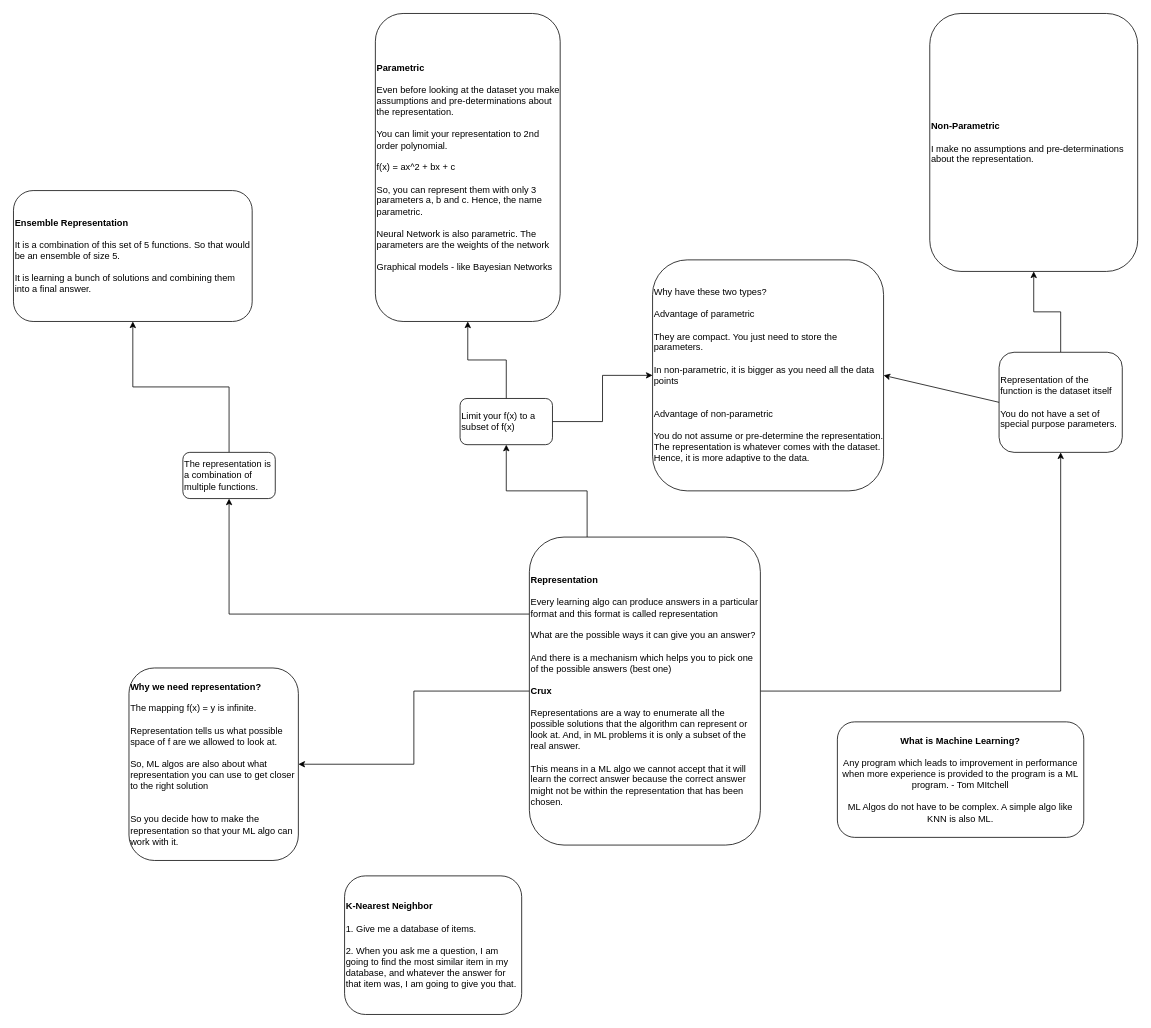
Earlier version of the draw.io diagram ML-01.drawio (AmlanAlok/draw.io-diagrams). Source tidied: cells renumbered, new cells numbered last; positions are measured from the earlier drawing's top-left corner, leaving out a move shared by most shapes. Both pictures are drawn from the tidied source at 77%, with x=0, y=0 at pixel (13, 13).
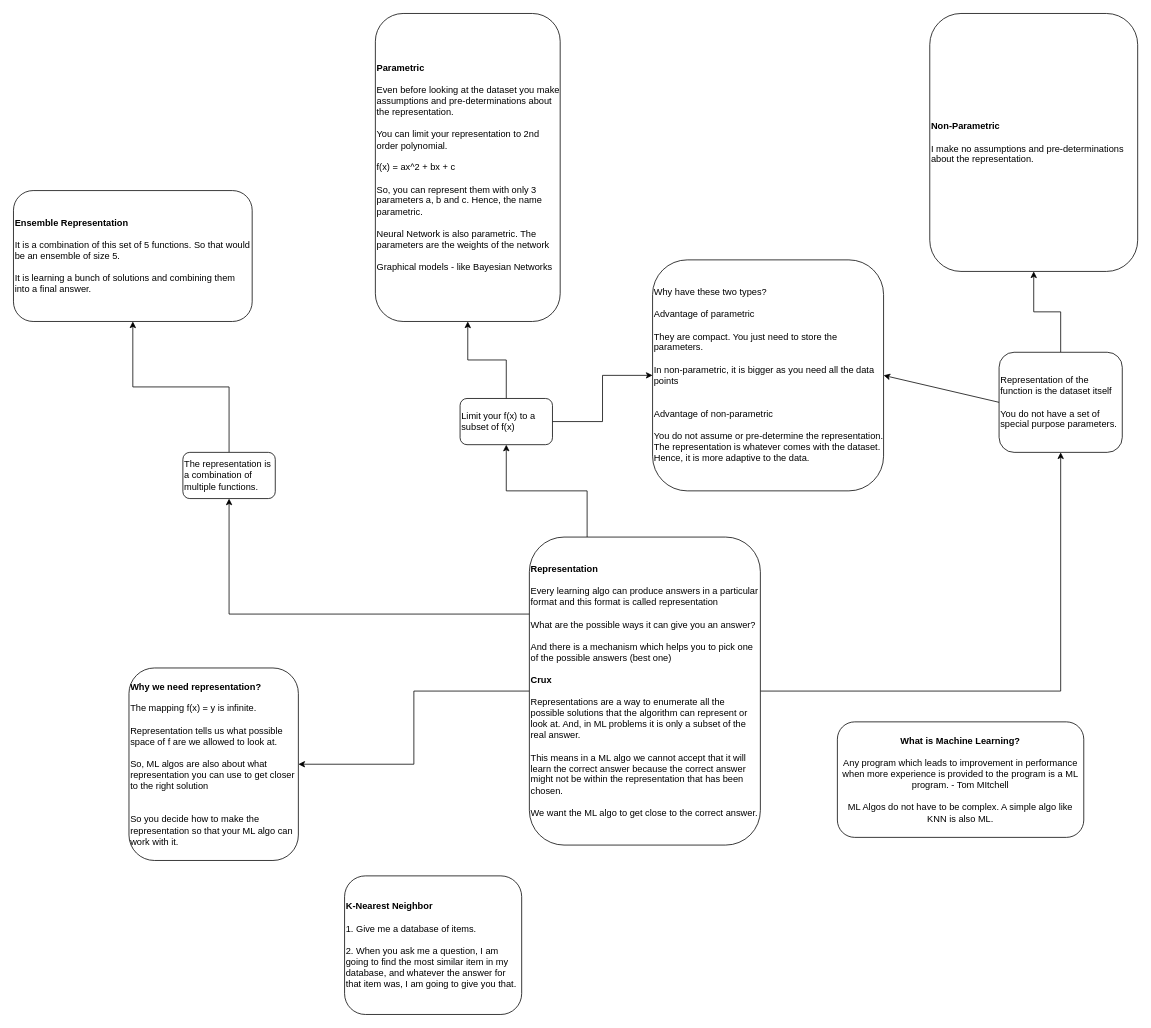
After the change.

Diff of the diagram source:
```diff
@@
-    <mxCell id="8" value="&lt;b&gt;Representation&lt;br&gt;&lt;/b&gt;&lt;br&gt;Every learning algo can produce answers in a particular format and this format is called representation&lt;br&gt;&lt;br&gt;What are the possible ways it can give you an answer?&lt;br&gt;&lt;br&gt;And there is a mechanism which helps you to pick one of the possible answers (best one)&lt;br&gt;&lt;br&gt;&lt;b&gt;Crux&lt;/b&gt;&lt;br&gt;&lt;br&gt;Representations are a way to enumerate all the possible solutions that the algorithm can represent or look at. And, in ML problems it is only a subset of the real answer.&lt;br&gt;&lt;br&gt;This means in a ML algo we cannot accept that it will learn the correct answer because the correct answer might not be within the representation that has been chosen." style="rounded=1;whiteSpace=wrap;html=1;align=left;" parent="1" vertex="1">
+    <mxCell id="8" value="&lt;b&gt;Representation&lt;br&gt;&lt;/b&gt;&lt;br&gt;Every learning algo can produce answers in a particular format and this format is called representation&lt;br&gt;&lt;br&gt;What are the possible ways it can give you an answer?&lt;br&gt;&lt;br&gt;And there is a mechanism which helps you to pick one of the possible answers (best one)&lt;br&gt;&lt;br&gt;&lt;b&gt;Crux&lt;/b&gt;&lt;br&gt;&lt;br&gt;Representations are a way to enumerate all the possible solutions that the algorithm can represent or look at. And, in ML problems it is only a subset of the real answer.&lt;br&gt;&lt;br&gt;This means in a ML algo we cannot accept that it will learn the correct answer because the correct answer might not be within the representation that has been chosen.&lt;br&gt;&lt;br&gt;We want the ML algo to get close to the correct answer." style="rounded=1;whiteSpace=wrap;html=1;align=left;" parent="1" vertex="1">
       <mxGeometry x="670" y="680" width="300" height="400" as="geometry" />
     </mxCell>
```
